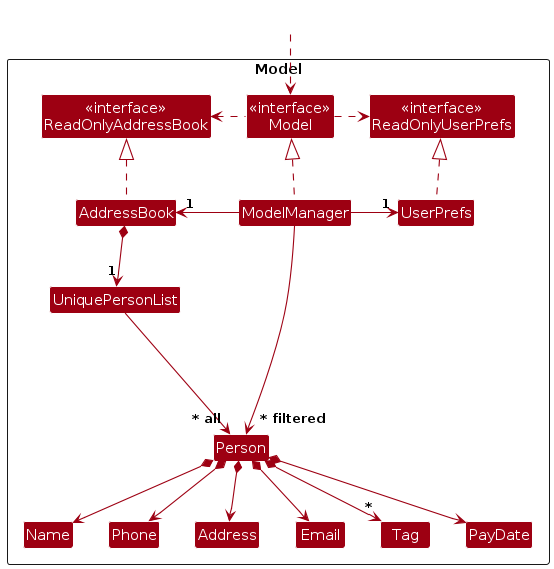
Before: diagrams/ModelClassDiagram.png, a diagram exported from PlantUML (AY2526S1-CS2103T-F08a-2/tp). Its source is kept beside it as diagrams/ModelClassDiagram.puml. The source it was exported from:
```plantuml
@startuml
!include style.puml
skinparam arrowThickness 1.1
skinparam arrowColor MODEL_COLOR
skinparam classBackgroundColor MODEL_COLOR

Package Model as ModelPackage <<Rectangle>>{
Class "<<interface>>\nReadOnlyAddressBook" as ReadOnlyAddressBook
Class "<<interface>>\nReadOnlyUserPrefs" as ReadOnlyUserPrefs
Class "<<interface>>\nModel" as Model
Class AddressBook
Class ModelManager
Class UserPrefs

Class UniquePersonList
Class Person
Class Address
Class Email
Class Name
Class Phone
Class Tag
Class PayDate

Class I #FFFFFF
}

Class HiddenOutside #FFFFFF
HiddenOutside ..> Model

AddressBook .up.|> ReadOnlyAddressBook

ModelManager .up.|> Model
Model .right.> ReadOnlyUserPrefs
Model .left.> ReadOnlyAddressBook
ModelManager -left-> "1" AddressBook
ModelManager -right-> "1" UserPrefs
UserPrefs .up.|> ReadOnlyUserPrefs

AddressBook *--> "1" UniquePersonList
UniquePersonList --> "~* all" Person
Person *--> Name
Person *--> Phone
Person *--> Email
Person *--> Address
Person *--> "*" Tag
Person *--> PayDate

Person -[hidden]up--> I
UniquePersonList -[hidden]right-> I

Name -[hidden]right-> Phone
Phone -[hidden]right-> Address
Address -[hidden]right-> Email

ModelManager --> "~* filtered" Person
@enduml
```
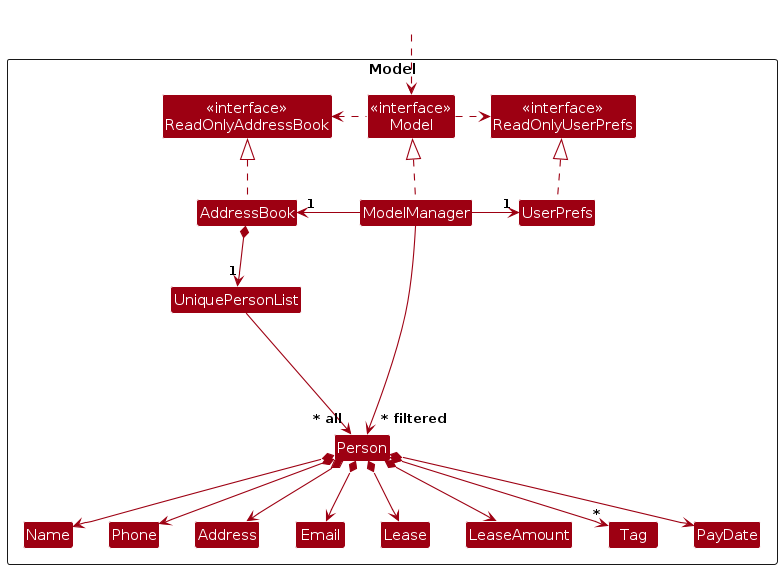
The same file after the commit.

Change to the diagram source:
```diff
@@ -18,6 +18,8 @@
 Class Email
 Class Name
 Class Phone
+Class Lease
+Class LeaseAmount
 Class Tag
 Class PayDate
 
@@ -42,6 +44,8 @@
 Person *--> Phone
 Person *--> Email
 Person *--> Address
+Person *--> Lease
+Person *--> LeaseAmount
 Person *--> "*" Tag
 Person *--> PayDate
 
@@ -51,6 +55,8 @@
 Name -[hidden]right-> Phone
 Phone -[hidden]right-> Address
 Address -[hidden]right-> Email
+Email -[hidden]right-> Lease
+Lease -[hidden]right-> LeaseAmount
 
 ModelManager --> "~* filtered" Person
 @enduml
```
